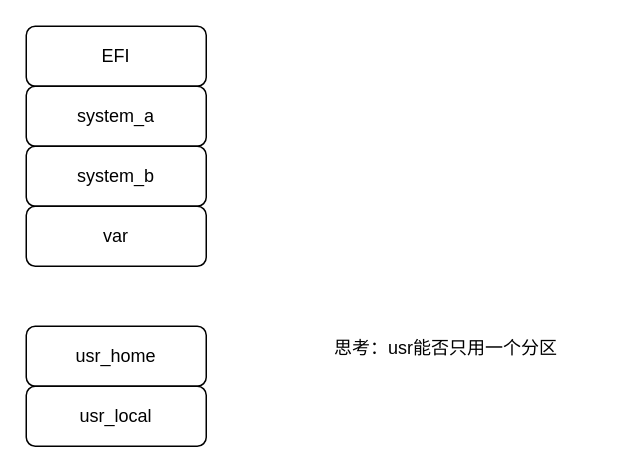
Above: 未命名绘图.drawio in tiandiheyi/folder_for_draw.io (draw.io), before the change. Source tidied: cells renumbered, new cells numbered last; positions are measured from the earlier drawing's top-left corner, leaving out a move shared by most shapes. Both pictures are drawn from the tidied source at 150%, with x=0, y=0 at pixel (26, 26).
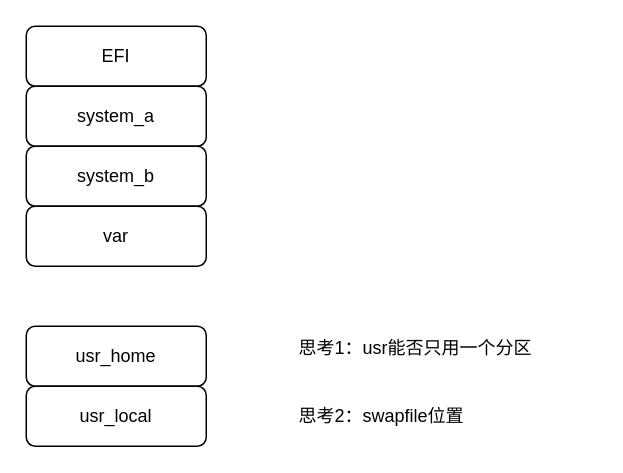
The same page after the edit.

Change to the diagram source:
```diff
@@
 <mxGraphModel>
   <root>
     <mxCell id="0" />
     <mxCell id="1" parent="0" />
     <mxCell id="2" value="EFI" style="rounded=1;whiteSpace=wrap;html=1;" parent="1" vertex="1">
       <mxGeometry width="120" height="40" as="geometry" />
     </mxCell>
     <mxCell id="3" value="system_a" style="rounded=1;whiteSpace=wrap;html=1;" parent="1" vertex="1">
       <mxGeometry y="40" width="120" height="40" as="geometry" />
     </mxCell>
     <mxCell id="4" value="system_b" style="rounded=1;whiteSpace=wrap;html=1;" parent="1" vertex="1">
       <mxGeometry y="80" width="120" height="40" as="geometry" />
     </mxCell>
     <mxCell id="5" value="var" style="rounded=1;whiteSpace=wrap;html=1;" parent="1" vertex="1">
       <mxGeometry y="120" width="120" height="40" as="geometry" />
     </mxCell>
     <mxCell id="6" value="usr_home" style="rounded=1;whiteSpace=wrap;html=1;" parent="1" vertex="1">
       <mxGeometry y="200" width="120" height="40" as="geometry" />
     </mxCell>
     <mxCell id="7" value="usr_local" style="rounded=1;whiteSpace=wrap;html=1;" parent="1" vertex="1">
       <mxGeometry y="240" width="120" height="40" as="geometry" />
     </mxCell>
-    <mxCell id="8" value="思考：usr能否只用一个分区" style="text;html=1;strokeColor=none;fillColor=none;align=center;verticalAlign=middle;whiteSpace=wrap;rounded=0;" parent="1" vertex="1">
+    <mxCell id="8" value="思考1：usr能否只用一个分区" style="text;html=1;strokeColor=none;fillColor=none;align=left;verticalAlign=middle;whiteSpace=wrap;rounded=0;" parent="1" vertex="1">
       <mxGeometry x="180" y="200" width="200" height="30" as="geometry" />
     </mxCell>
+    <mxCell id="9" value="思考2：swapfile位置" style="text;html=1;strokeColor=none;fillColor=none;align=left;verticalAlign=middle;whiteSpace=wrap;rounded=0;" parent="1" vertex="1">
+      <mxGeometry x="180" y="245" width="200" height="30" as="geometry" />
+    </mxCell>
   </root>
 </mxGraphModel>
```
